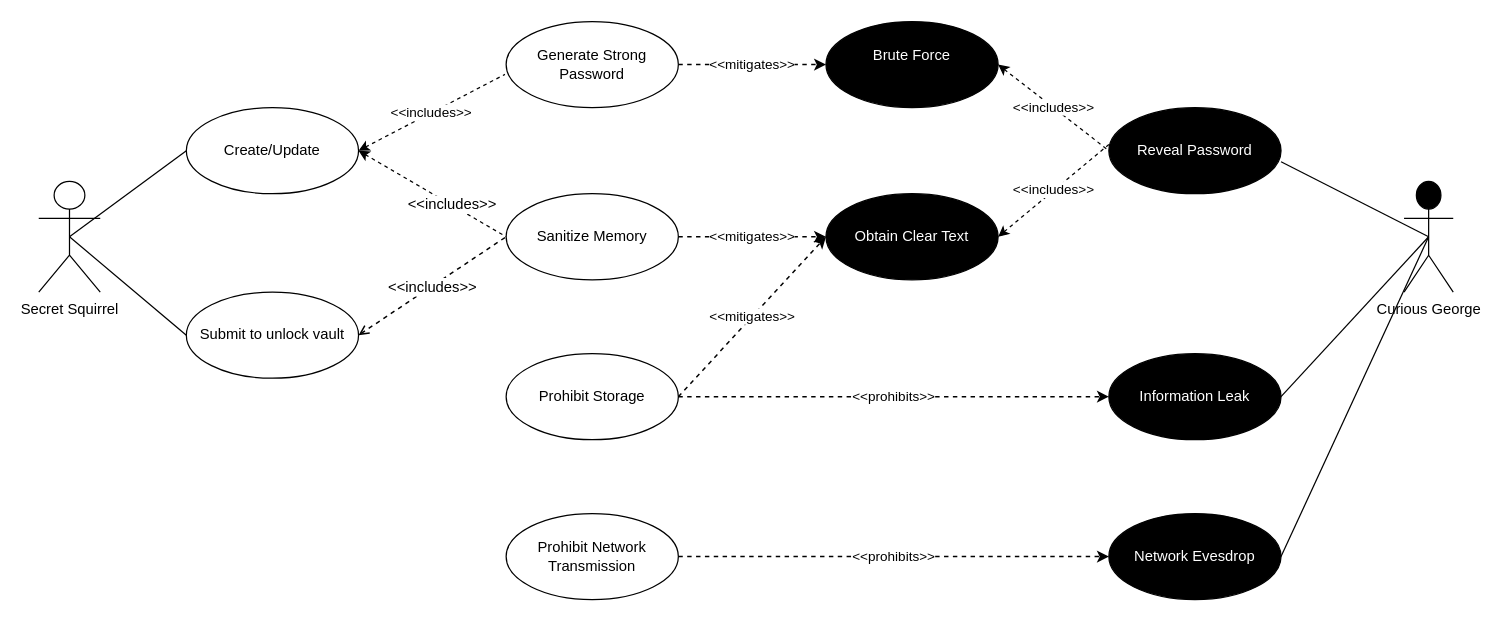
Above: page "Master Password" (1 of 5) of Images/Use Cases.drawio in sdfrench/CYBR8420-GotRoot (draw.io), before the change. Source tidied: cells renumbered, new cells numbered last; positions are measured from the earlier drawing's top-left corner, leaving out a move shared by most shapes. Both pictures are drawn from the tidied source at 123%, with x=0, y=0 at pixel (38, 21).
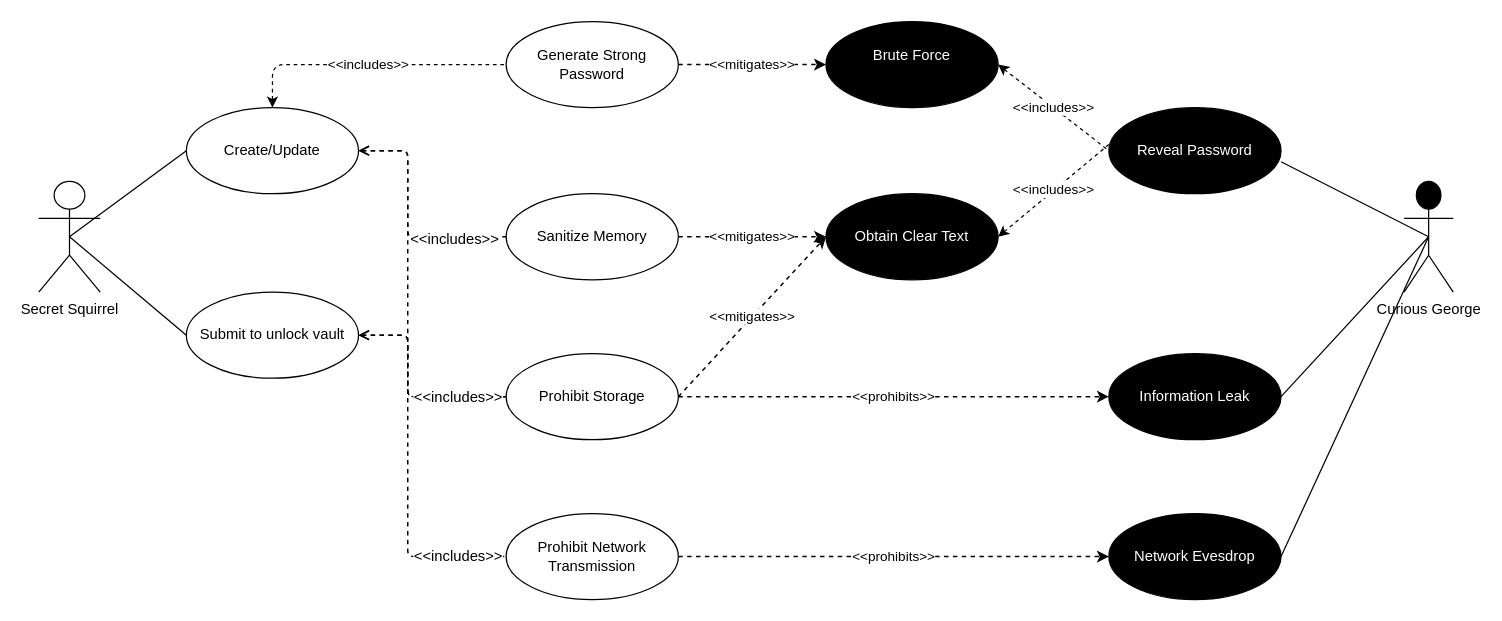
Above is the later version.

Unchanged cells that the change refers to:
```xml
<mxCell id="2" value="Create/Update" style="ellipse;whiteSpace=wrap;html=1;" parent="1" vertex="1">
  <mxGeometry x="120" y="70" width="140" height="70" as="geometry" />
</mxCell>
<mxCell id="9" value="Submit to unlock vault" style="ellipse;whiteSpace=wrap;html=1;" parent="1" vertex="1">
  <mxGeometry x="120" y="220" width="140" height="70" as="geometry" />
</mxCell>
<mxCell id="11" value="Generate Strong Password" style="ellipse;whiteSpace=wrap;html=1;" parent="1" vertex="1">
  <mxGeometry x="380" width="140" height="70" as="geometry" />
</mxCell>
<mxCell id="12" value="Sanitize Memory" style="ellipse;whiteSpace=wrap;html=1;" parent="1" vertex="1">
  <mxGeometry x="380" y="140" width="140" height="70" as="geometry" />
</mxCell>
<mxCell id="13" value="Prohibit Storage" style="ellipse;whiteSpace=wrap;html=1;" parent="1" vertex="1">
  <mxGeometry x="380" y="270" width="140" height="70" as="geometry" />
</mxCell>
<mxCell id="14" value="Prohibit Network Transmission" style="ellipse;whiteSpace=wrap;html=1;" parent="1" vertex="1">
  <mxGeometry x="380" y="400" width="140" height="70" as="geometry" />
</mxCell>
```

Change to the diagram source:
```diff
@@
-    <mxCell id="3" style="html=1;jettySize=18;fontSize=11;strokeOpacity=100;dashed=1;strokeWidth=1.2;rounded=1;arcSize=10;startArrow=open;endArrow=none;elbow=vertical;endFill=0;entryX=0;entryY=0.5;entryDx=0;entryDy=0;exitX=1;exitY=0.5;exitDx=0;exitDy=0;" parent="1" edge="1" source="9" target="12">
-      <mxGeometry relative="1" as="geometry" />
+    <mxCell id="3" style="html=1;jettySize=18;fontSize=11;strokeOpacity=100;dashed=1;strokeWidth=1.2;rounded=1;arcSize=10;startArrow=open;endArrow=none;elbow=vertical;endFill=0;entryX=0;entryY=0.5;entryDx=0;entryDy=0;edgeStyle=orthogonalEdgeStyle;exitX=1;exitY=0.5;exitDx=0;exitDy=0;" parent="1" edge="1" source="2" target="12">
+      <mxGeometry relative="1" as="geometry">
+        <Array as="points">
+          <mxPoint x="300" y="105" />
+          <mxPoint x="300" y="175" />
+        </Array>
+      </mxGeometry>
     </mxCell>
-    <mxCell id="4" value="&amp;lt;&amp;lt;includes&amp;gt;&amp;gt;" style="text;html=1;labelBackgroundColor=#ffffff;align=center;verticalAlign=middle;" parent="3" vertex="1">
-      <mxGeometry relative="1" as="geometry" />
-    </mxCell>
+    <mxCell id="32" value="&amp;lt;&amp;lt;includes&amp;gt;&amp;gt;" style="text;html=1;align=center;verticalAlign=middle;labelBackgroundColor=#ffffff;" parent="3" vertex="1">
+      <mxGeometry x="0.55" y="-1" relative="1" as="geometry" />
+    </mxCell>
@@
-    <mxCell id="10" value="&amp;lt;&amp;lt;includes&amp;gt;&amp;gt;" style="edgeStyle=none;rounded=1;jettySize=auto;html=1;dashed=1;startArrow=classic;startFill=1;endArrow=none;endFill=0;fontColor=#000000;entryX=-0.007;entryY=0.614;entryDx=0;entryDy=0;entryPerimeter=0;exitX=1;exitY=0.5;exitDx=0;exitDy=0;" parent="1" edge="1" source="2" target="11">
+    <mxCell id="10" value="&amp;lt;&amp;lt;includes&amp;gt;&amp;gt;" style="edgeStyle=orthogonalEdgeStyle;rounded=1;jettySize=auto;html=1;dashed=1;startArrow=classic;startFill=1;endArrow=none;endFill=0;fontColor=#000000;exitX=0.5;exitY=0;exitDx=0;exitDy=0;entryX=0;entryY=0.5;entryDx=0;entryDy=0;" parent="1" edge="1" source="2" target="11">
       <mxGeometry relative="1" as="geometry" />
     </mxCell>
@@
-    <mxCell id="24" style="rounded=1;jettySize=auto;html=1;exitX=1;exitY=0.5;exitDx=0;exitDy=0;entryX=0;entryY=0.5;entryDx=0;entryDy=0;fontColor=#FFFFFF;startArrow=classic;startFill=1;endArrow=none;endFill=0;dashed=1;" parent="1" edge="1" source="2" target="12">
-      <mxGeometry relative="1" as="geometry" />
-    </mxCell>
-    <mxCell id="25" value="&amp;lt;&amp;lt;includes&amp;gt;&amp;gt;" style="text;html=1;align=center;verticalAlign=middle;labelBackgroundColor=#ffffff;fontColor=#000000;" parent="24" vertex="1">
-      <mxGeometry x="0.25" relative="1" as="geometry" />
-    </mxCell>
@@
+    <mxCell id="33" style="html=1;jettySize=18;fontSize=11;strokeOpacity=100;dashed=1;strokeWidth=1.2;rounded=1;arcSize=10;startArrow=open;endArrow=none;elbow=vertical;endFill=0;entryX=0;entryY=0.5;entryDx=0;entryDy=0;exitX=1;exitY=0.5;exitDx=0;exitDy=0;edgeStyle=orthogonalEdgeStyle;" parent="1" edge="1" source="2" target="13">
+      <mxGeometry relative="1" as="geometry">
+        <Array as="points">
+          <mxPoint x="300" y="105" />
+          <mxPoint x="300" y="305" />
+        </Array>
+      </mxGeometry>
+    </mxCell>
+    <mxCell id="34" style="html=1;jettySize=18;fontSize=11;strokeOpacity=100;dashed=1;strokeWidth=1.2;rounded=1;arcSize=10;startArrow=open;endArrow=none;elbow=vertical;endFill=0;entryX=0;entryY=0.5;entryDx=0;entryDy=0;edgeStyle=orthogonalEdgeStyle;exitX=1;exitY=0.5;exitDx=0;exitDy=0;" parent="1" edge="1" source="9" target="13">
+      <mxGeometry relative="1" as="geometry">
+        <Array as="points">
+          <mxPoint x="300" y="255" />
+          <mxPoint x="300" y="305" />
+        </Array>
+      </mxGeometry>
+    </mxCell>
+    <mxCell id="35" value="&amp;lt;&amp;lt;includes&amp;gt;&amp;gt;" style="text;html=1;align=center;verticalAlign=middle;labelBackgroundColor=#ffffff;" parent="34" vertex="1">
+      <mxGeometry x="0.44" y="-5" relative="1" as="geometry">
+        <mxPoint x="8" y="-5" as="offset" />
+      </mxGeometry>
+    </mxCell>
+    <mxCell id="36" style="html=1;jettySize=18;fontSize=11;strokeOpacity=100;dashed=1;strokeWidth=1.2;rounded=1;arcSize=10;startArrow=open;endArrow=none;elbow=vertical;endFill=0;entryX=0;entryY=0.5;entryDx=0;entryDy=0;edgeStyle=orthogonalEdgeStyle;exitX=1;exitY=0.5;exitDx=0;exitDy=0;" parent="1" edge="1" source="9" target="14">
+      <mxGeometry relative="1" as="geometry">
+        <Array as="points">
+          <mxPoint x="300" y="255" />
+          <mxPoint x="300" y="435" />
+        </Array>
+      </mxGeometry>
+    </mxCell>
+    <mxCell id="37" value="&amp;lt;&amp;lt;includes&amp;gt;&amp;gt;" style="text;html=1;align=center;verticalAlign=middle;labelBackgroundColor=#ffffff;" parent="36" vertex="1">
+      <mxGeometry x="0.73" y="1" relative="1" as="geometry" />
+    </mxCell>
```
